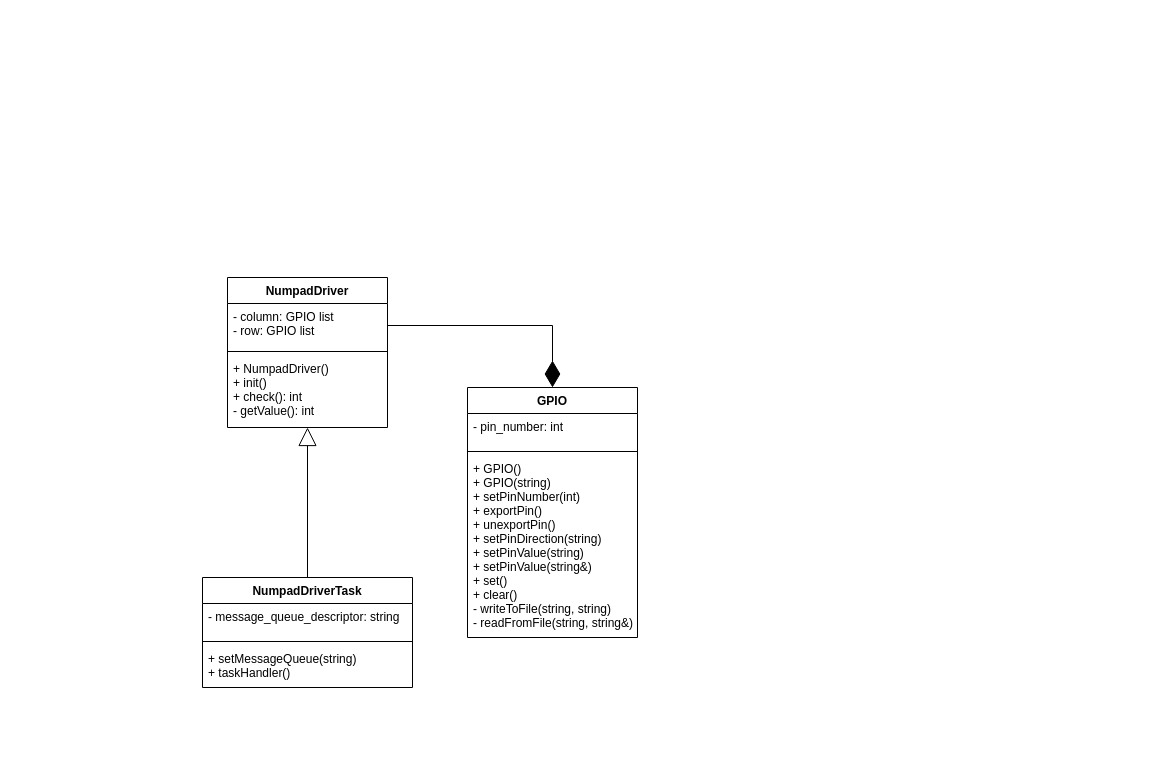
The draw.io diagram diagrams/NumpadDriverTask.drawio in LasseGoransson/ESD-E2020, before the edit. Source tidied: cells renumbered, new cells numbered last; positions are measured from the earlier drawing's top-left corner, leaving out a move shared by most shapes. Both pictures are drawn from the tidied source at 100%, with x=0, y=0 at pixel (202, 277).
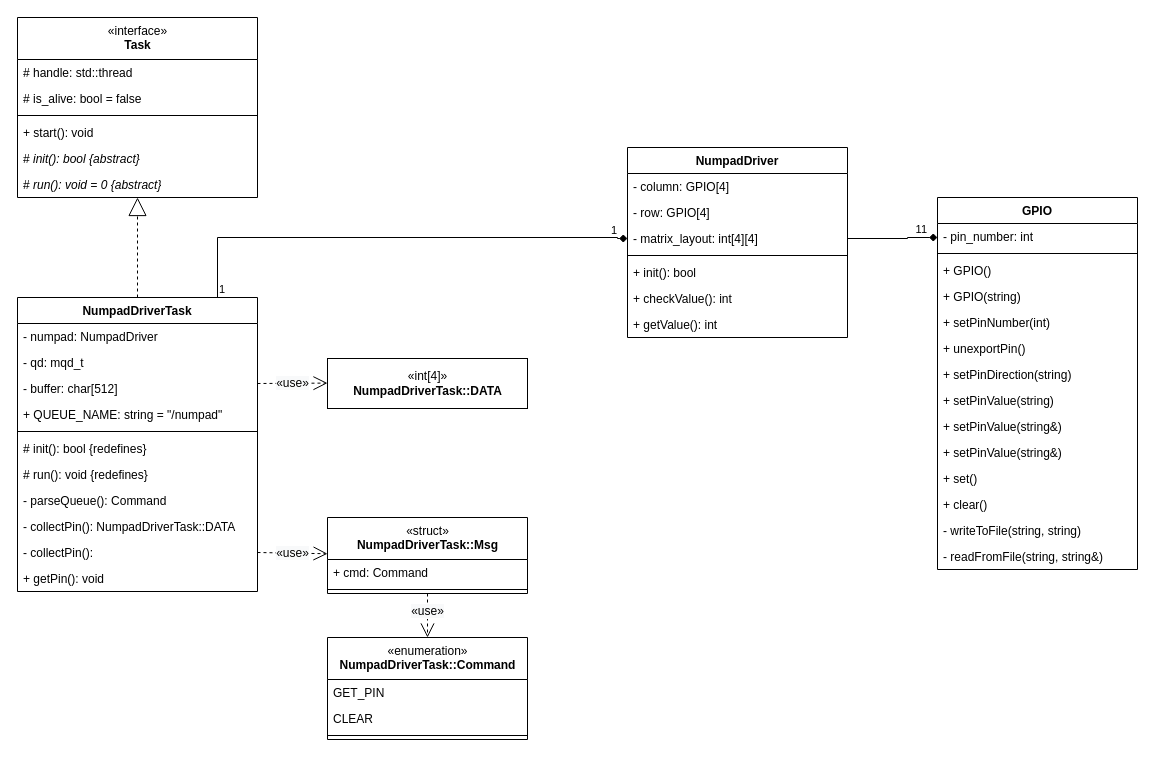
Above is the later version.

Diff of the diagram source:
```diff
@@
-    <mxCell id="2" value="NumpadDriver" style="swimlane;fontStyle=1;align=center;verticalAlign=top;horizontal=1;startSize=26;" parent="1" vertex="1">
-      <mxGeometry x="25" width="160" height="150" as="geometry" />
-    </mxCell>
-    <mxCell id="3" value="- column: GPIO list&#10;- row: GPIO list" style="text;strokeColor=none;fillColor=none;align=left;verticalAlign=top;spacingLeft=4;spacingRight=4;overflow=hidden;points=[[0,0.5],[1,0.5]];portConstraint=eastwest;" parent="2" vertex="1">
-      <mxGeometry y="26" width="160" height="44" as="geometry" />
-    </mxCell>
-    <mxCell id="4" style="line;strokeWidth=1;fillColor=none;align=left;verticalAlign=middle;spacingTop=-1;spacingLeft=3;spacingRight=3;labelPosition=right;" parent="2" vertex="1">
-      <mxGeometry y="70" width="160" height="8" as="geometry" />
-    </mxCell>
-    <mxCell id="5" value="+ NumpadDriver()&#10;+ init()&#10;+ check(): int&#10;- getValue(): int&#10;" style="text;strokeColor=none;fillColor=none;align=left;verticalAlign=top;spacingLeft=4;spacingRight=4;overflow=hidden;points=[[0,0.5],[1,0.5]];portConstraint=eastwest;" parent="2" vertex="1">
-      <mxGeometry y="78" width="160" height="72" as="geometry" />
-    </mxCell>
+    <mxCell id="16" value="&lt;span style=&quot;font-weight: normal&quot;&gt;«interface»&lt;br&gt;&lt;/span&gt;Task" style="swimlane;fontStyle=1;align=center;verticalAlign=top;horizontal=1;startSize=42;html=1;" parent="1" vertex="1">
+      <mxGeometry x="-185" y="-260" width="240" height="180" as="geometry" />
+    </mxCell>
+    <mxCell id="17" value="# handle: std::thread" style="text;strokeColor=none;fillColor=none;align=left;verticalAlign=top;spacingLeft=4;spacingRight=4;overflow=hidden;" parent="16" vertex="1">
+      <mxGeometry y="42" width="240" height="26" as="geometry" />
+    </mxCell>
+    <mxCell id="18" value="# is_alive: bool = false" style="text;strokeColor=none;fillColor=none;align=left;verticalAlign=top;spacingLeft=4;spacingRight=4;overflow=hidden;" parent="16" vertex="1">
+      <mxGeometry y="68" width="240" height="26" as="geometry" />
+    </mxCell>
+    <mxCell id="19" style="line;strokeWidth=1;fillColor=none;align=left;verticalAlign=middle;spacingTop=-1;spacingLeft=3;spacingRight=3;labelPosition=right;" parent="16" vertex="1">
+      <mxGeometry y="94" width="240" height="8" as="geometry" />
+    </mxCell>
+    <mxCell id="20" value="+ start(): void" style="text;strokeColor=none;fillColor=none;align=left;verticalAlign=top;spacingLeft=4;spacingRight=4;overflow=hidden;" parent="16" vertex="1">
+      <mxGeometry y="102" width="240" height="26" as="geometry" />
+    </mxCell>
+    <mxCell id="21" value="&lt;span style=&quot;font-style: normal&quot;&gt;#&lt;/span&gt; init(): bool {abstract}" style="text;strokeColor=none;fillColor=none;align=left;verticalAlign=top;spacingLeft=4;spacingRight=4;overflow=hidden;fontStyle=2;html=1;" parent="16" vertex="1">
+      <mxGeometry y="128" width="240" height="26" as="geometry" />
+    </mxCell>
+    <mxCell id="22" value="&lt;span style=&quot;font-style: normal&quot;&gt;#&lt;/span&gt; run(): void = 0 {abstract}" style="text;strokeColor=none;fillColor=none;align=left;verticalAlign=top;spacingLeft=4;spacingRight=4;overflow=hidden;fontStyle=2;html=1;" parent="16" vertex="1">
+      <mxGeometry y="154" width="240" height="26" as="geometry" />
+    </mxCell>
+    <mxCell id="23" value="&lt;span style=&quot;font-size: 12px ; background-color: rgb(248 , 249 , 250)&quot;&gt;«use»&lt;/span&gt;" style="endArrow=open;endSize=12;dashed=1;html=1;exitX=0.5;exitY=1;exitDx=0;exitDy=0;" parent="1" edge="1" source="37" target="40">
+      <mxGeometry x="-0.18" relative="1" as="geometry" />
+    </mxCell>
+    <mxCell id="24" value="&lt;span style=&quot;font-size: 12px ; background-color: rgb(248 , 249 , 250)&quot;&gt;«use»&lt;/span&gt;" style="endArrow=open;endSize=12;dashed=1;html=1;exitX=1;exitY=0.5;exitDx=0;exitDy=0;" parent="1" edge="1" source="35" target="37">
+      <mxGeometry relative="1" as="geometry" />
+    </mxCell>
+    <mxCell id="25" style="endArrow=block;endSize=16;endFill=0;html=1;rounded=0;dashed=1;" parent="1" edge="1" source="6" target="16">
+      <mxGeometry relative="1" as="geometry" />
+    </mxCell>
     <mxCell id="6" value="NumpadDriverTask" style="swimlane;fontStyle=1;align=center;verticalAlign=top;horizontal=1;startSize=26;" parent="1" vertex="1">
-      <mxGeometry y="300" width="210" height="110" as="geometry" />
+      <mxGeometry x="-185" y="20" width="240" height="294" as="geometry" />
     </mxCell>
-    <mxCell id="7" value="- message_queue_descriptor: string" style="text;strokeColor=none;fillColor=none;align=left;verticalAlign=top;spacingLeft=4;spacingRight=4;overflow=hidden;" parent="6" vertex="1">
-      <mxGeometry y="26" width="210" height="34" as="geometry" />
-    </mxCell>
-    <mxCell id="8" style="line;strokeWidth=1;fillColor=none;align=left;verticalAlign=middle;spacingTop=-1;spacingLeft=3;spacingRight=3;labelPosition=right;" parent="6" vertex="1">
-      <mxGeometry y="60" width="210" height="8" as="geometry" />
-    </mxCell>
-    <mxCell id="9" value="+ setMessageQueue(string)&#10;+ taskHandler()&#10;&#10;&#10;&#10;&#10;" style="text;strokeColor=none;fillColor=none;align=left;verticalAlign=top;spacingLeft=4;spacingRight=4;overflow=hidden;" parent="6" vertex="1">
-      <mxGeometry y="68" width="210" height="42" as="geometry" />
-    </mxCell>
-    <mxCell id="10" style="endArrow=block;endSize=16;endFill=0;html=1;exitX=0.5;exitY=0;exitDx=0;exitDy=0;entryX=0.5;entryY=1;entryDx=0;entryDy=0;entryPerimeter=0;" parent="1" edge="1" source="6" target="5">
-      <mxGeometry relative="1" as="geometry" />
-    </mxCell>
+    <mxCell id="26" value="- numpad: NumpadDriver" style="text;strokeColor=none;fillColor=none;align=left;verticalAlign=top;spacingLeft=4;spacingRight=4;overflow=hidden;" parent="6" vertex="1">
+      <mxGeometry y="26" width="240" height="26" as="geometry" />
+    </mxCell>
+    <mxCell id="27" value="- qd: mqd_t" style="text;strokeColor=none;fillColor=none;align=left;verticalAlign=top;spacingLeft=4;spacingRight=4;overflow=hidden;" parent="6" vertex="1">
+      <mxGeometry y="52" width="240" height="26" as="geometry" />
+    </mxCell>
+    <mxCell id="28" value="- buffer: char[512]" style="text;strokeColor=none;fillColor=none;align=left;verticalAlign=top;spacingLeft=4;spacingRight=4;overflow=hidden;" parent="6" vertex="1">
+      <mxGeometry y="78" width="240" height="26" as="geometry" />
+    </mxCell>
+    <mxCell id="29" value="+ QUEUE_NAME: string = &quot;/numpad&quot;" style="text;strokeColor=none;fillColor=none;align=left;verticalAlign=top;spacingLeft=4;spacingRight=4;overflow=hidden;fontStyle=0;" parent="6" vertex="1">
+      <mxGeometry y="104" width="240" height="26" as="geometry" />
+    </mxCell>
+    <mxCell id="30" style="line;strokeWidth=1;fillColor=none;align=left;verticalAlign=middle;spacingTop=-1;spacingLeft=3;spacingRight=3;labelPosition=right;" parent="6" vertex="1">
+      <mxGeometry y="130" width="240" height="8" as="geometry" />
+    </mxCell>
+    <mxCell id="31" value="# init(): bool {redefines}" style="text;strokeColor=none;fillColor=none;align=left;verticalAlign=top;spacingLeft=4;spacingRight=4;overflow=hidden;" parent="6" vertex="1">
+      <mxGeometry y="138" width="240" height="26" as="geometry" />
+    </mxCell>
+    <mxCell id="32" value="# run(): void {redefines}" style="text;strokeColor=none;fillColor=none;align=left;verticalAlign=top;spacingLeft=4;spacingRight=4;overflow=hidden;" parent="6" vertex="1">
+      <mxGeometry y="164" width="240" height="26" as="geometry" />
+    </mxCell>
+    <mxCell id="33" value="- parseQueue(): Command" style="text;strokeColor=none;fillColor=none;align=left;verticalAlign=top;spacingLeft=4;spacingRight=4;overflow=hidden;" parent="6" vertex="1">
+      <mxGeometry y="190" width="240" height="26" as="geometry" />
+    </mxCell>
+    <mxCell id="34" value="- collectPin(): NumpadDriverTask::DATA" style="text;strokeColor=none;fillColor=none;align=left;verticalAlign=top;spacingLeft=4;spacingRight=4;overflow=hidden;" parent="6" vertex="1">
+      <mxGeometry y="216" width="240" height="26" as="geometry" />
+    </mxCell>
+    <mxCell id="35" value="- collectPin(): " style="text;strokeColor=none;fillColor=none;align=left;verticalAlign=top;spacingLeft=4;spacingRight=4;overflow=hidden;points=[[0,0.5],[1,0.5]];portConstraint=eastwest;" parent="6" vertex="1">
+      <mxGeometry y="242" width="240" height="26" as="geometry" />
+    </mxCell>
+    <mxCell id="36" value="+ getPin(): void" style="text;strokeColor=none;fillColor=none;align=left;verticalAlign=top;spacingLeft=4;spacingRight=4;overflow=hidden;fontStyle=0;" parent="6" vertex="1">
+      <mxGeometry y="268" width="240" height="26" as="geometry" />
+    </mxCell>
+    <mxCell id="37" value="&lt;span style=&quot;font-weight: normal&quot;&gt;«struct»&lt;br&gt;&lt;/span&gt;NumpadDriverTask::Msg" style="swimlane;fontStyle=1;align=center;verticalAlign=top;horizontal=1;startSize=42;html=1;" parent="1" vertex="1">
+      <mxGeometry x="125" y="240" width="200" height="76" as="geometry" />
+    </mxCell>
+    <mxCell id="38" value="+ cmd: Command" style="text;strokeColor=none;fillColor=none;align=left;verticalAlign=top;spacingLeft=4;spacingRight=4;overflow=hidden;" parent="37" vertex="1">
+      <mxGeometry y="42" width="200" height="26" as="geometry" />
+    </mxCell>
+    <mxCell id="39" style="line;strokeWidth=1;fillColor=none;align=left;verticalAlign=middle;spacingTop=-1;spacingLeft=3;spacingRight=3;labelPosition=right;" parent="37" vertex="1">
+      <mxGeometry y="68" width="200" height="8" as="geometry" />
+    </mxCell>
+    <mxCell id="40" value="&lt;span style=&quot;font-weight: normal&quot;&gt;«enumeration»&lt;br&gt;&lt;/span&gt;NumpadDriverTask::Command" style="swimlane;fontStyle=1;align=center;verticalAlign=top;horizontal=1;startSize=42;html=1;" parent="1" vertex="1">
+      <mxGeometry x="125" y="360" width="200" height="102" as="geometry" />
+    </mxCell>
+    <mxCell id="41" value="GET_PIN" style="text;strokeColor=none;fillColor=none;align=left;verticalAlign=top;spacingLeft=4;spacingRight=4;overflow=hidden;" parent="40" vertex="1">
+      <mxGeometry y="42" width="200" height="26" as="geometry" />
+    </mxCell>
+    <mxCell id="42" value="CLEAR" style="text;strokeColor=none;fillColor=none;align=left;verticalAlign=top;spacingLeft=4;spacingRight=4;overflow=hidden;" parent="40" vertex="1">
+      <mxGeometry y="68" width="200" height="26" as="geometry" />
+    </mxCell>
+    <mxCell id="43" style="line;strokeWidth=1;fillColor=none;align=left;verticalAlign=middle;spacingTop=-1;spacingLeft=3;spacingRight=3;labelPosition=right;" parent="40" vertex="1">
+      <mxGeometry y="94" width="200" height="8" as="geometry" />
+    </mxCell>
     <mxCell id="11" value="GPIO" style="swimlane;fontStyle=1;align=center;verticalAlign=top;horizontal=1;startSize=26;" parent="1" vertex="1">
-      <mxGeometry x="265" y="110" width="170" height="250" as="geometry" />
+      <mxGeometry x="735" y="-80" width="200" height="372" as="geometry" />
     </mxCell>
     <mxCell id="12" value="- pin_number: int" style="text;strokeColor=none;fillColor=none;align=left;verticalAlign=top;spacingLeft=4;spacingRight=4;overflow=hidden;" parent="11" vertex="1">
-      <mxGeometry y="26" width="170" height="34" as="geometry" />
+      <mxGeometry y="26" width="200" height="26" as="geometry" />
     </mxCell>
-    <mxCell id="13" style="line;strokeWidth=1;fillColor=none;align=left;verticalAlign=middle;spacingTop=-1;spacingLeft=3;spacingRight=3;labelPosition=right;" parent="11" vertex="1">
-      <mxGeometry y="60" width="170" height="8" as="geometry" />
-    </mxCell>
-    <mxCell id="14" value="+ GPIO()&#10;+ GPIO(string)&#10;+ setPinNumber(int)&#10;+ exportPin()&#10;+ unexportPin()&#10;+ setPinDirection(string)&#10;+ setPinValue(string)&#10;+ setPinValue(string&amp;)&#10;+ set()&#10;+ clear()&#10;- writeToFile(string, string)&#10;- readFromFile(string, string&amp;)&#10;&#10;" style="text;strokeColor=none;fillColor=none;align=left;verticalAlign=top;spacingLeft=4;spacingRight=4;overflow=hidden;" parent="11" vertex="1">
-      <mxGeometry y="68" width="170" height="182" as="geometry" />
-    </mxCell>
-    <mxCell id="15" style="endArrow=diamondThin;endFill=1;endSize=24;html=1;exitX=1;exitY=0.5;exitDx=0;exitDy=0;entryX=0.5;entryY=0;entryDx=0;entryDy=0;rounded=0;edgeStyle=orthogonalEdgeStyle;" parent="1" edge="1" source="3" target="11">
-      <mxGeometry relative="1" as="geometry" />
-    </mxCell>
+    <mxCell id="44" style="line;strokeWidth=1;fillColor=none;align=left;verticalAlign=middle;spacingTop=-1;spacingLeft=3;spacingRight=3;labelPosition=right;" parent="11" vertex="1">
+      <mxGeometry y="52" width="200" height="8" as="geometry" />
+    </mxCell>
+    <mxCell id="45" value="+ GPIO()" style="text;strokeColor=none;fillColor=none;align=left;verticalAlign=top;spacingLeft=4;spacingRight=4;overflow=hidden;" parent="11" vertex="1">
+      <mxGeometry y="60" width="200" height="26" as="geometry" />
+    </mxCell>
+    <mxCell id="46" value="+ GPIO(string)" style="text;strokeColor=none;fillColor=none;align=left;verticalAlign=top;spacingLeft=4;spacingRight=4;overflow=hidden;" parent="11" vertex="1">
+      <mxGeometry y="86" width="200" height="26" as="geometry" />
+    </mxCell>
+    <mxCell id="47" value="+ setPinNumber(int)" style="text;strokeColor=none;fillColor=none;align=left;verticalAlign=top;spacingLeft=4;spacingRight=4;overflow=hidden;" parent="11" vertex="1">
+      <mxGeometry y="112" width="200" height="26" as="geometry" />
+    </mxCell>
+    <mxCell id="48" value="+ unexportPin()" style="text;strokeColor=none;fillColor=none;align=left;verticalAlign=top;spacingLeft=4;spacingRight=4;overflow=hidden;" parent="11" vertex="1">
+      <mxGeometry y="138" width="200" height="26" as="geometry" />
+    </mxCell>
+    <mxCell id="49" value="+ setPinDirection(string)" style="text;strokeColor=none;fillColor=none;align=left;verticalAlign=top;spacingLeft=4;spacingRight=4;overflow=hidden;" parent="11" vertex="1">
+      <mxGeometry y="164" width="200" height="26" as="geometry" />
+    </mxCell>
+    <mxCell id="50" value="+ setPinValue(string)" style="text;strokeColor=none;fillColor=none;align=left;verticalAlign=top;spacingLeft=4;spacingRight=4;overflow=hidden;" parent="11" vertex="1">
+      <mxGeometry y="190" width="200" height="26" as="geometry" />
+    </mxCell>
+    <mxCell id="51" value="+ setPinValue(string&amp;)" style="text;strokeColor=none;fillColor=none;align=left;verticalAlign=top;spacingLeft=4;spacingRight=4;overflow=hidden;" parent="11" vertex="1">
+      <mxGeometry y="216" width="200" height="26" as="geometry" />
+    </mxCell>
+    <mxCell id="52" value="+ setPinValue(string&amp;)" style="text;strokeColor=none;fillColor=none;align=left;verticalAlign=top;spacingLeft=4;spacingRight=4;overflow=hidden;" parent="11" vertex="1">
+      <mxGeometry y="242" width="200" height="26" as="geometry" />
+    </mxCell>
+    <mxCell id="53" value="+ set()" style="text;strokeColor=none;fillColor=none;align=left;verticalAlign=top;spacingLeft=4;spacingRight=4;overflow=hidden;" parent="11" vertex="1">
+      <mxGeometry y="268" width="200" height="26" as="geometry" />
+    </mxCell>
+    <mxCell id="54" value="+ clear()" style="text;strokeColor=none;fillColor=none;align=left;verticalAlign=top;spacingLeft=4;spacingRight=4;overflow=hidden;" parent="11" vertex="1">
+      <mxGeometry y="294" width="200" height="26" as="geometry" />
+    </mxCell>
+    <mxCell id="55" value="- writeToFile(string, string)" style="text;strokeColor=none;fillColor=none;align=left;verticalAlign=top;spacingLeft=4;spacingRight=4;overflow=hidden;" parent="11" vertex="1">
+      <mxGeometry y="320" width="200" height="26" as="geometry" />
+    </mxCell>
+    <mxCell id="56" value="- readFromFile(string, string&amp;)" style="text;strokeColor=none;fillColor=none;align=left;verticalAlign=top;spacingLeft=4;spacingRight=4;overflow=hidden;" parent="11" vertex="1">
+      <mxGeometry y="346" width="200" height="26" as="geometry" />
+    </mxCell>
+    <mxCell id="57" style="endArrow=diamond;html=1;edgeStyle=orthogonalEdgeStyle;rounded=0;endFill=1;entryX=0;entryY=0.5;entryDx=0;entryDy=0;" parent="1" edge="1" source="6" target="64">
+      <mxGeometry relative="1" as="geometry">
+        <Array as="points">
+          <mxPoint x="15" y="-40" />
+          <mxPoint x="415" y="-40" />
+        </Array>
+      </mxGeometry>
+    </mxCell>
+    <mxCell id="58" value="1" style="edgeLabel;html=1;align=left;verticalAlign=bottom;" parent="57" vertex="1">
+      <mxGeometry x="-1" relative="1" as="geometry" />
+    </mxCell>
+    <mxCell id="59" value="1" style="edgeLabel;html=1;align=right;verticalAlign=bottom;labelBackgroundColor=none;" parent="57" vertex="1">
+      <mxGeometry x="1" relative="1" as="geometry">
+        <mxPoint x="-10" as="offset" />
+      </mxGeometry>
+    </mxCell>
+    <mxCell id="60" style="endArrow=diamond;html=1;edgeStyle=orthogonalEdgeStyle;rounded=0;endFill=1;exitX=1;exitY=0.5;exitDx=0;exitDy=0;" parent="1" edge="1" source="64" target="11">
+      <mxGeometry relative="1" as="geometry">
+        <Array as="points">
+          <mxPoint x="705" y="-40" />
+        </Array>
+      </mxGeometry>
+    </mxCell>
+    <mxCell id="61" value="11" style="edgeLabel;html=1;align=right;verticalAlign=bottom;labelBackgroundColor=none;" parent="60" vertex="1">
+      <mxGeometry x="1" relative="1" as="geometry">
+        <mxPoint x="-10" as="offset" />
+      </mxGeometry>
+    </mxCell>
+    <mxCell id="2" value="NumpadDriver" style="swimlane;fontStyle=1;align=center;verticalAlign=top;horizontal=1;startSize=26;" parent="1" vertex="1">
+      <mxGeometry x="425" y="-130" width="220" height="190" as="geometry" />
+    </mxCell>
+    <mxCell id="62" value="- column: GPIO[4]" style="text;strokeColor=none;fillColor=none;align=left;verticalAlign=top;spacingLeft=4;spacingRight=4;overflow=hidden;" parent="2" vertex="1">
+      <mxGeometry y="26" width="220" height="26" as="geometry" />
+    </mxCell>
+    <mxCell id="63" value="- row: GPIO[4]" style="text;strokeColor=none;fillColor=none;align=left;verticalAlign=top;spacingLeft=4;spacingRight=4;overflow=hidden;" parent="2" vertex="1">
+      <mxGeometry y="52" width="220" height="26" as="geometry" />
+    </mxCell>
+    <mxCell id="64" value="- matrix_layout: int[4][4]" style="text;strokeColor=none;fillColor=none;align=left;verticalAlign=top;spacingLeft=4;spacingRight=4;overflow=hidden;points=[[0,0.5],[1,0.5]];portConstraint=eastwest;" parent="2" vertex="1">
+      <mxGeometry y="78" width="220" height="26" as="geometry" />
+    </mxCell>
+    <mxCell id="65" style="line;strokeWidth=1;fillColor=none;align=left;verticalAlign=middle;spacingTop=-1;spacingLeft=3;spacingRight=3;labelPosition=right;" parent="2" vertex="1">
+      <mxGeometry y="104" width="220" height="8" as="geometry" />
+    </mxCell>
+    <mxCell id="66" value="+ init(): bool" style="text;strokeColor=none;fillColor=none;align=left;verticalAlign=top;spacingLeft=4;spacingRight=4;overflow=hidden;" parent="2" vertex="1">
+      <mxGeometry y="112" width="220" height="26" as="geometry" />
+    </mxCell>
+    <mxCell id="67" value="+ checkValue(): int" style="text;strokeColor=none;fillColor=none;align=left;verticalAlign=top;spacingLeft=4;spacingRight=4;overflow=hidden;" parent="2" vertex="1">
+      <mxGeometry y="138" width="220" height="26" as="geometry" />
+    </mxCell>
+    <mxCell id="68" value="+ getValue(): int" style="text;strokeColor=none;fillColor=none;align=left;verticalAlign=top;spacingLeft=4;spacingRight=4;overflow=hidden;" parent="2" vertex="1">
+      <mxGeometry y="164" width="220" height="26" as="geometry" />
+    </mxCell>
+    <mxCell id="69" value="«int[4]»&lt;br&gt;&lt;b&gt;NumpadDriverTask::DATA&lt;/b&gt;" style="html=1;" parent="1" vertex="1">
+      <mxGeometry x="125" y="81" width="200" height="50" as="geometry" />
+    </mxCell>
+    <mxCell id="70" value="&lt;span style=&quot;font-size: 12px ; background-color: rgb(248 , 249 , 250)&quot;&gt;«use»&lt;/span&gt;" style="endArrow=open;endSize=12;dashed=1;html=1;exitX=1;exitY=0.5;exitDx=0;exitDy=0;" parent="1" edge="1">
+      <mxGeometry relative="1" as="geometry">
+        <mxPoint x="55" y="106" as="sourcePoint" />
+        <mxPoint x="125" y="105.6" as="targetPoint" />
+      </mxGeometry>
+    </mxCell>
```
